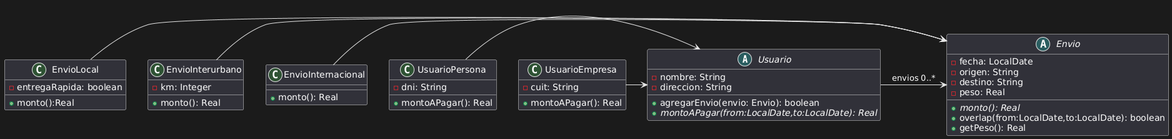
The PlantUML diagram eclipse/OO1-2024/src/main/java/ar/edu/unlp/oo1/ejercicio19/UML.png in Francogrch/OO1-2024, before a commit.
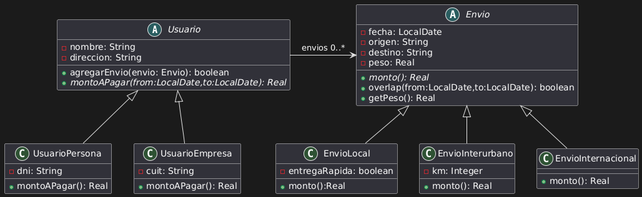
Above is the later version.

What changed in the source:
```diff
@@ -8,17 +8,15 @@
 Usuario -> Envio : envios 0..*
 
 
-class UsuarioPersona{
+class UsuarioPersona extends Usuario{
 - dni: String
 + montoAPagar(): Real
 }
-UsuarioPersona -> Usuario
 
-class UsuarioEmpresa{
+class UsuarioEmpresa extends Usuario{
 - cuit: String
 + montoAPagar(): Real
 }
-UsuarioEmpresa -> Usuario
 
 abstract Envio{
 - fecha: LocalDate
@@ -29,18 +27,15 @@
 +overlap(from:LocalDate,to:LocalDate): boolean
 +getPeso(): Real
 }
-class EnvioLocal{
+class EnvioLocal extends Envio{
 - entregaRapida: boolean
 +monto():Real
 }
-EnvioLocal -> Envio
-class EnvioInterurbano{
+class EnvioInterurbano extends Envio{
 -km: Integer
 + monto(): Real
 }
-EnvioInterurbano -> Envio
-class EnvioInternacional{
+class EnvioInternacional extends Envio{
 +monto(): Real
 }
-EnvioInternacional -> Envio
 @enduml
```
